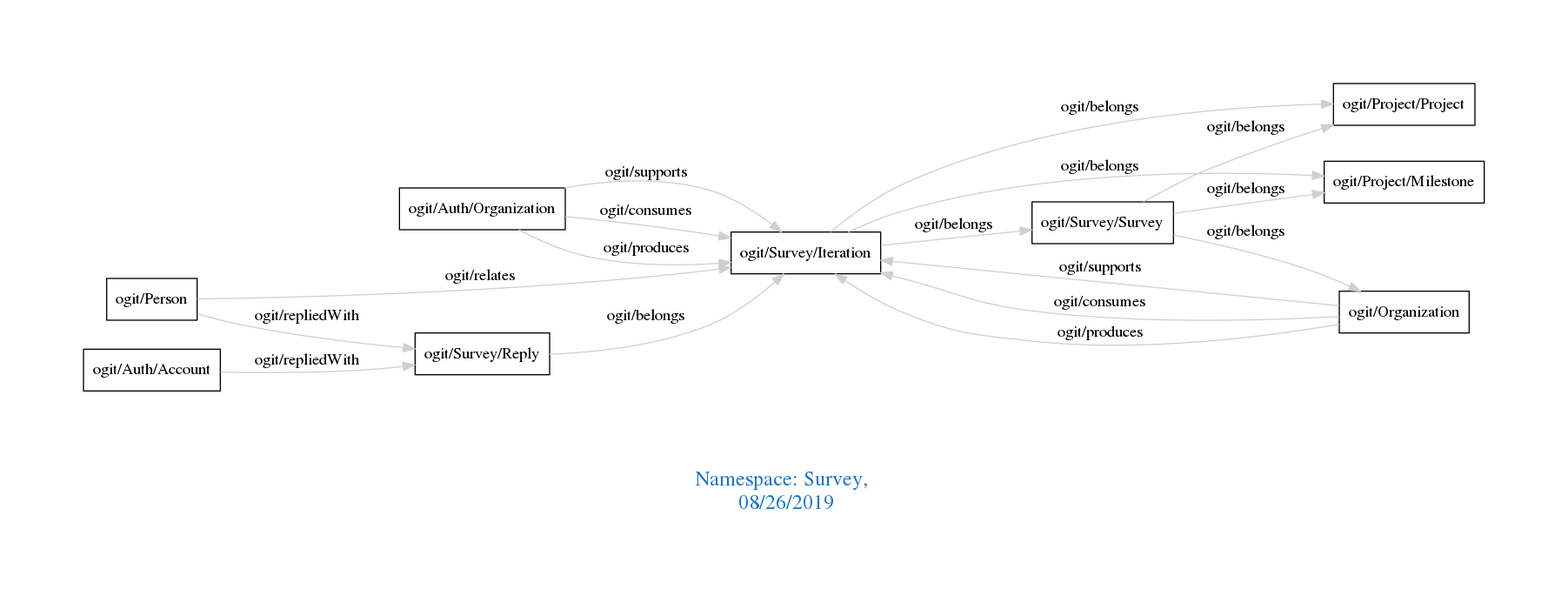
Above: downloads/Survey.png in arago/OGIT (Graphviz), before the change. Its source is kept beside it as downloads/Survey.dot.
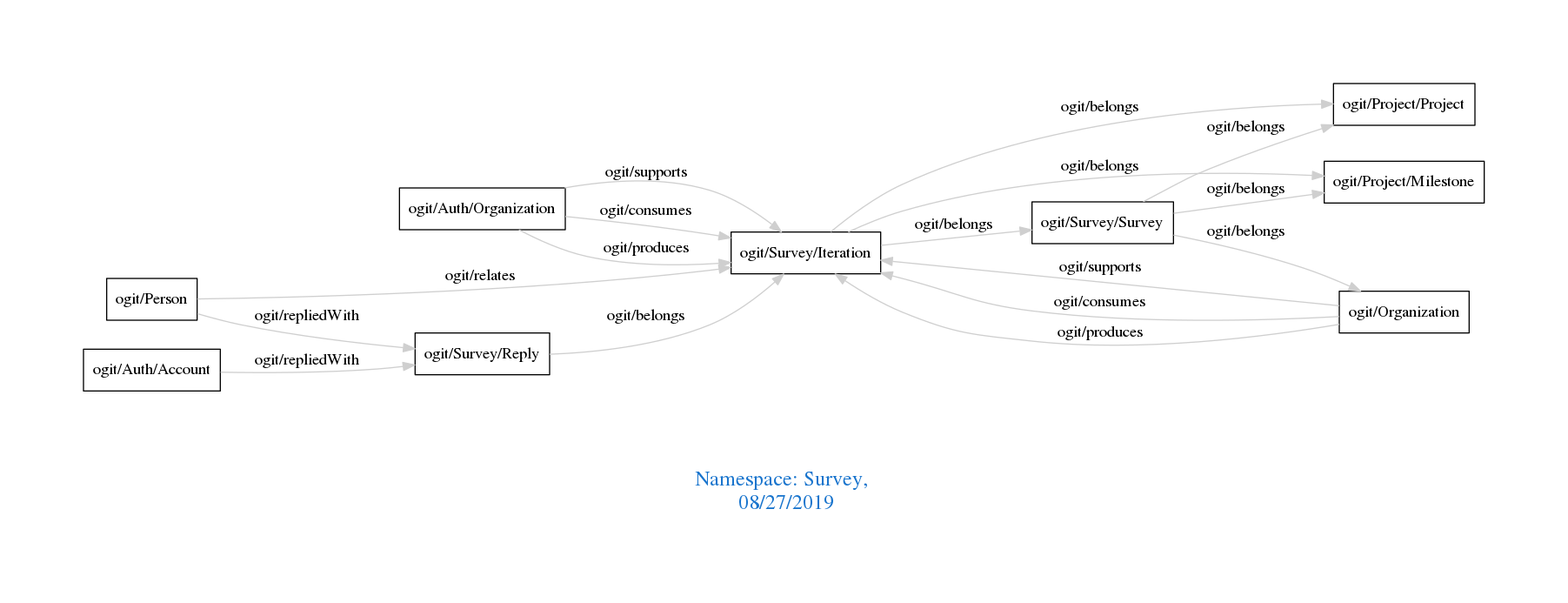
The same file after the commit.

The edit, as a diff of the source:
```diff
@@ -1,7 +1,7 @@
 digraph OGIT_ontology {
  graph [ rankdir= LR,pad=1
 fontsize = 18,
-fontcolor= dodgerblue3,label = "\n\n\nNamespace: Survey, \n 08/26/2019"];
+fontcolor= dodgerblue3,label = "\n\n\nNamespace: Survey, \n 08/27/2019"];
 node[shape=polygon];
 edge [  color="gray81"];
 
```
